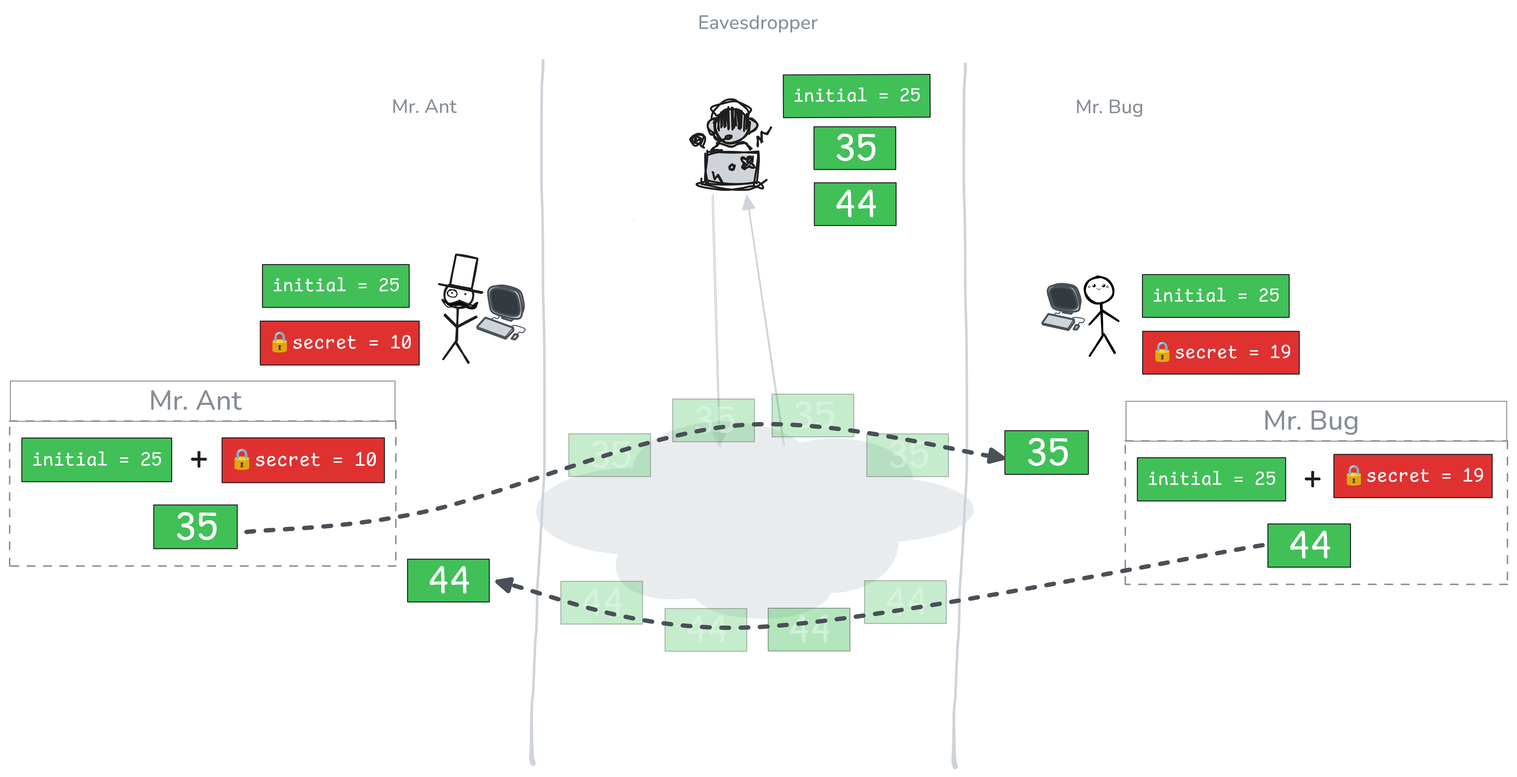
Before: 7-diffie-merkle-hellman/flaw-step-3.png, a diagram exported from Excalidraw (Cryptography-for-Devs/Cryptography-for-Devs.github.io). Source tidied: one line per element, renumbered; positions are measured from the earlier drawing's top-left corner, leaving out a move shared by most shapes.
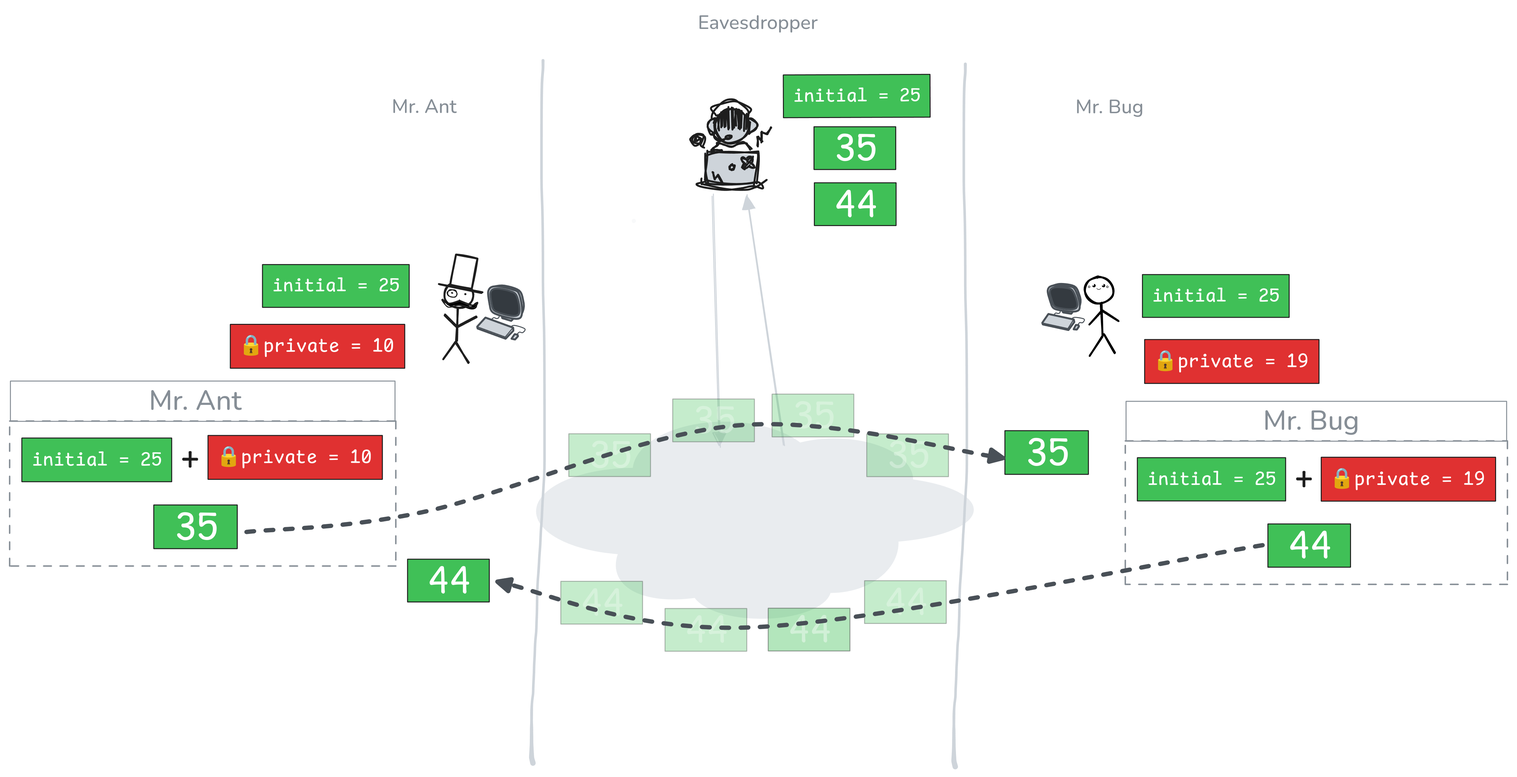
Above is the later version.

Commit message:
DH secret number to private number

Diff of the diagram source:
```diff
@@ -113,10 +113,6 @@
 {"id": 112, "type": "text", "text": "44", "strokeColor": "#ffffff", "backgroundColor": "#40c057", "fillStyle": "solid", "strokeWidth": 1, "roughness": 0, "opacity": 30, "fontSize": 40.85, "fontFamily": 8, "textAlign": "center", "x": 592, "y": 592, "width": 45, "height": 51}
 {"id": 113, "type": "rectangle", "strokeColor": "#1e1e1e", "backgroundColor": "#40c057", "fillStyle": "solid", "strokeWidth": 1, "roughness": 0, "x": 412, "y": 570, "width": 85, "height": 44}
 {"id": 114, "type": "text", "text": "44", "strokeColor": "#ffffff", "backgroundColor": "#40c057", "fillStyle": "solid", "strokeWidth": 1, "roughness": 0, "fontSize": 40.85, "fontFamily": 8, "textAlign": "center", "x": 433, "y": 569, "width": 45, "height": 51}
-{"id": 115, "type": "rectangle", "strokeColor": "#1e1e1e", "backgroundColor": "#e03131", "fillStyle": "solid", "strokeWidth": 1, "roughness": 0, "x": 260, "y": 323, "width": 165, "height": 46}
-{"id": 116, "type": "text", "text": "🔒secret = 10", "strokeColor": "#ffffff", "backgroundColor": "#e03131", "fillStyle": "solid", "strokeWidth": 1, "roughness": 0, "fontSize": 20.52, "fontFamily": 8, "textAlign": "center", "x": 267, "y": 333, "width": 150, "height": 26}
-{"id": 117, "type": "rectangle", "strokeColor": "#1e1e1e", "backgroundColor": "#e03131", "fillStyle": "solid", "strokeWidth": 1, "roughness": 0, "x": 1174, "y": 333, "width": 162, "height": 44}
-{"id": 118, "type": "text", "text": "🔒secret = 19", "strokeColor": "#ffffff", "backgroundColor": "#e03131", "fillStyle": "solid", "strokeWidth": 1, "roughness": 0, "fontSize": 20, "fontFamily": 8, "textAlign": "center", "x": 1182, "y": 343, "width": 146, "height": 25}
 {"id": 119, "type": "rectangle", "strokeColor": "#1e1e1e", "backgroundColor": "#40c057", "fillStyle": "solid", "strokeWidth": 1, "roughness": 0, "x": 1174, "y": 275, "width": 152, "height": 44}
 {"id": 120, "type": "text", "text": "initial = 25", "strokeColor": "#ffffff", "backgroundColor": "#40c057", "fillStyle": "solid", "strokeWidth": 1, "roughness": 0, "fontSize": 20, "fontFamily": 8, "textAlign": "center", "x": 1184, "y": 285, "width": 133, "height": 25}
 {"id": 121, "type": "rectangle", "strokeColor": "#1e1e1e", "angle": 6.28, "backgroundColor": "#40c057", "fillStyle": "solid", "strokeWidth": 1, "roughness": 0, "x": 802, "y": 67, "width": 152, "height": 44}
@@ -130,10 +126,8 @@
 {"id": 129, "type": "text", "text": "initial = 25", "strokeColor": "#ffffff", "backgroundColor": "#40c057", "fillStyle": "solid", "strokeWidth": 1, "roughness": 0, "fontSize": 20.43, "fontFamily": 8, "textAlign": "center", "x": 23, "y": 454, "width": 136, "height": 26}
 {"id": 130, "type": "rectangle", "strokeColor": "#1e1e1e", "backgroundColor": "#40c057", "fillStyle": "solid", "strokeWidth": 1, "roughness": 0, "x": 149, "y": 513, "width": 87, "height": 45}
 {"id": 131, "type": "text", "text": "35", "strokeColor": "#ffffff", "backgroundColor": "#40c057", "fillStyle": "solid", "strokeWidth": 1, "roughness": 0, "fontSize": 41.72, "fontFamily": 8, "textAlign": "center", "x": 169, "y": 512, "width": 48, "height": 52}
-{"id": 132, "type": "rectangle", "strokeColor": "#1e1e1e", "backgroundColor": "#e03131", "fillStyle": "solid", "strokeWidth": 1, "roughness": 0, "x": 220, "y": 444, "width": 168, "height": 46}
-{"id": 133, "type": "text", "text": "🔒secret = 10", "strokeColor": "#ffffff", "backgroundColor": "#e03131", "fillStyle": "solid", "strokeWidth": 1, "roughness": 0, "fontSize": 20.96, "fontFamily": 8, "textAlign": "center", "x": 228, "y": 454, "width": 153, "height": 26}
 {"id": 134, "type": "rectangle", "strokeColor": "#868e96", "strokeWidth": 1, "strokeStyle": "dashed", "roughness": 0, "x": 0, "y": 426, "width": 400, "height": 150}
-{"id": 135, "type": "text", "text": "+", "strokeColor": "#1e1e1e", "strokeWidth": 4, "strokeStyle": "dashed", "roughness": 0, "fontSize": 36.77, "fontFamily": 8, "x": 186, "y": 444, "width": 20, "height": 46}
+{"id": 135, "type": "text", "text": "+", "strokeColor": "#1e1e1e", "strokeWidth": 4, "strokeStyle": "dashed", "roughness": 0, "fontSize": 36.77, "fontFamily": 8, "x": 177, "y": 444, "width": 20, "height": 46}
 {"id": 136, "type": "rectangle", "strokeColor": "#868e96", "strokeWidth": 1, "roughness": 0, "x": 1, "y": 385, "width": 399, "height": 42}
 {"id": 137, "type": "text", "text": "Mr. Ant", "strokeColor": "#868e96", "strokeWidth": 1, "roughness": 0, "fontSize": 28.6, "fontFamily": 6, "x": 144, "y": 386, "width": 99, "height": 39}
 {"id": 138, "type": "rectangle", "strokeColor": "#1e1e1e", "backgroundColor": "#40c057", "fillStyle": "solid", "strokeWidth": 1, "roughness": 0, "x": 1169, "y": 464, "width": 154, "height": 45}
@@ -141,10 +135,16 @@
 {"id": 140, "type": "rectangle", "strokeColor": "#1e1e1e", "backgroundColor": "#40c057", "fillStyle": "solid", "strokeWidth": 1, "roughness": 0, "x": 1304, "y": 533, "width": 86, "height": 45}
 {"id": 141, "type": "text", "text": "44", "strokeColor": "#ffffff", "backgroundColor": "#40c057", "fillStyle": "solid", "strokeWidth": 1, "roughness": 0, "fontSize": 41.28, "fontFamily": 8, "textAlign": "center", "x": 1324, "y": 532, "width": 46, "height": 52}
 {"id": 142, "type": "rectangle", "strokeColor": "#868e96", "strokeWidth": 1, "strokeStyle": "dashed", "roughness": 0, "x": 1156, "y": 447, "width": 396, "height": 149}
-{"id": 143, "type": "text", "text": "+", "strokeColor": "#1e1e1e", "strokeWidth": 4, "strokeStyle": "dashed", "roughness": 0, "fontSize": 36.38, "fontFamily": 8, "x": 1340, "y": 464, "width": 20, "height": 45}
+{"id": 143, "type": "text", "text": "+", "strokeColor": "#1e1e1e", "strokeWidth": 4, "strokeStyle": "dashed", "roughness": 0, "fontSize": 36.38, "fontFamily": 8, "x": 1331, "y": 464, "width": 20, "height": 45}
 {"id": 144, "type": "rectangle", "strokeColor": "#868e96", "strokeWidth": 1, "roughness": 0, "x": 1157, "y": 406, "width": 394, "height": 41}
 {"id": 145, "type": "text", "text": "Mr. Bug", "strokeColor": "#868e96", "strokeWidth": 1, "roughness": 0, "fontSize": 28.3, "fontFamily": 6, "x": 1299, "y": 407, "width": 100, "height": 38}
-{"id": 146, "type": "rectangle", "strokeColor": "#1e1e1e", "backgroundColor": "#e03131", "fillStyle": "solid", "strokeWidth": 1, "roughness": 0, "x": 1372, "y": 461, "width": 164, "height": 45}
-{"id": 147, "type": "text", "text": "🔒secret = 19", "strokeColor": "#ffffff", "backgroundColor": "#e03131", "fillStyle": "solid", "strokeWidth": 1, "roughness": 0, "fontSize": 20.21, "fontFamily": 8, "textAlign": "center", "x": 1380, "y": 471, "width": 148, "height": 25}
 {"id": 148, "type": "arrow", "strokeColor": "#495057", "strokeWidth": 4, "strokeStyle": "dashed", "roughness": 0, "endArrowhead": "triangle", "round": true, "from": 130, "to": 126, "x": 245, "y": 541, "width": 784, "height": 110, "points": [[0, 0], [186, -21], [507, -110], [784, -77]]}
 {"id": 149, "type": "arrow", "strokeColor": "#495057", "strokeWidth": 4, "strokeStyle": "dashed", "roughness": 0, "endArrowhead": "triangle", "round": true, "from": 140, "to": 113, "x": 1298, "y": 555, "width": 793, "height": 85, "points": [[0, 0], [-526, 85], [-793, 38]]}
+{"id": 150, "type": "rectangle", "strokeColor": "#1e1e1e", "backgroundColor": "#e03131", "fillStyle": "solid", "strokeWidth": 1, "roughness": 0, "x": 229, "y": 326, "width": 181, "height": 46}
+{"id": 151, "type": "text", "text": "🔒private = 10", "strokeColor": "#ffffff", "backgroundColor": "#e03131", "fillStyle": "solid", "strokeWidth": 1, "roughness": 0, "fontSize": 20.52, "fontFamily": 8, "textAlign": "center", "x": 237, "y": 337, "width": 161, "height": 26}
+{"id": 152, "type": "rectangle", "strokeColor": "#1e1e1e", "backgroundColor": "#e03131", "fillStyle": "solid", "strokeWidth": 1, "roughness": 0, "x": 206, "y": 441, "width": 181, "height": 46}
+{"id": 153, "type": "text", "text": "🔒private = 10", "strokeColor": "#ffffff", "backgroundColor": "#e03131", "fillStyle": "solid", "strokeWidth": 1, "roughness": 0, "fontSize": 20.52, "fontFamily": 8, "textAlign": "center", "x": 214, "y": 452, "width": 161, "height": 26}
+{"id": 154, "type": "rectangle", "strokeColor": "#1e1e1e", "backgroundColor": "#e03131", "fillStyle": "solid", "strokeWidth": 1, "roughness": 0, "x": 1176, "y": 342, "width": 181, "height": 46}
+{"id": 155, "type": "text", "text": "🔒private = 19", "strokeColor": "#ffffff", "backgroundColor": "#e03131", "fillStyle": "solid", "strokeWidth": 1, "roughness": 0, "fontSize": 20.52, "fontFamily": 8, "textAlign": "center", "x": 1185, "y": 352, "width": 161, "height": 26}
+{"id": 156, "type": "rectangle", "strokeColor": "#1e1e1e", "backgroundColor": "#e03131", "fillStyle": "solid", "strokeWidth": 1, "roughness": 0, "x": 1359, "y": 464, "width": 181, "height": 46}
+{"id": 157, "type": "text", "text": "🔒private = 19", "strokeColor": "#ffffff", "backgroundColor": "#e03131", "fillStyle": "solid", "strokeWidth": 1, "roughness": 0, "fontSize": 20.52, "fontFamily": 8, "textAlign": "center", "x": 1368, "y": 474, "width": 161, "height": 26}
```
